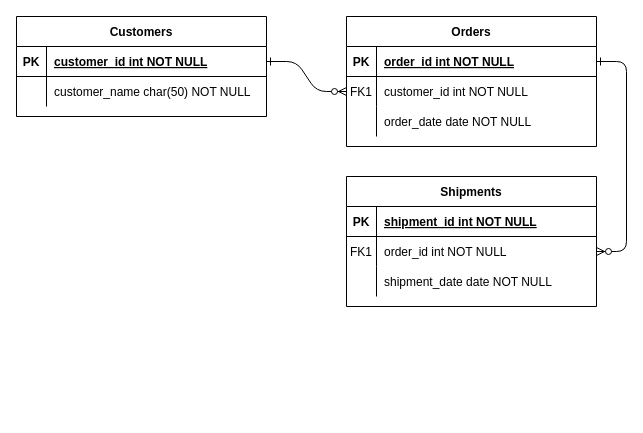
Before: db-relation-diagram.drawio in forgeutah/tweet_automated_bot, a draw.io diagram. Source tidied: cells renumbered, new cells numbered last; positions are measured from the earlier drawing's top-left corner, leaving out a move shared by most shapes. Both pictures are drawn from the tidied source at 100%, with x=0, y=0 at pixel (16, 16).
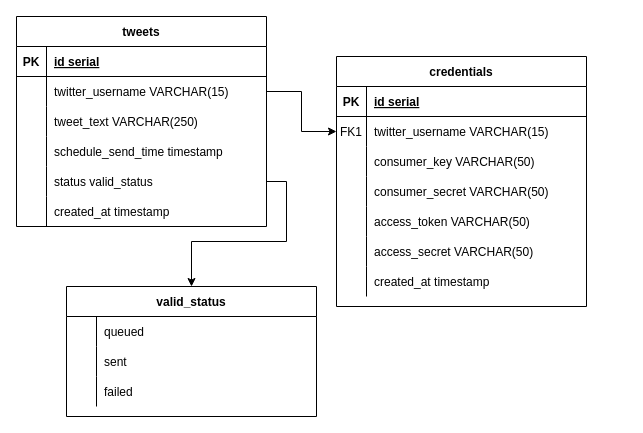
The same page after the edit.

The change refers to these unchanged cells:
```xml
<mxCell id="5" style="shape=partialRectangle;fillColor=none;points=[[0,0.5],[1,0.5]];portConstraint=eastwest;top=0;left=0;right=0;bottom=1;" parent="4" vertex="1">
  <mxGeometry y="30" width="250" height="30" as="geometry" />
</mxCell>
<mxCell id="8" style="shape=partialRectangle;fillColor=none;points=[[0,0.5],[1,0.5]];portConstraint=eastwest;top=0;left=0;right=0;bottom=0;" parent="4" vertex="1">
  <mxGeometry y="60" width="250" height="30" as="geometry" />
</mxCell>
<mxCell id="11" style="shape=partialRectangle;fillColor=none;top=0;left=0;right=0;bottom=0;" parent="4" vertex="1">
  <mxGeometry y="90" width="250" height="30" as="geometry" />
</mxCell>
<mxCell id="25" style="shape=partialRectangle;fillColor=none;points=[[0,0.5],[1,0.5]];portConstraint=eastwest;top=0;left=0;right=0;bottom=1;" parent="24" vertex="1">
  <mxGeometry y="30" width="250" height="30" as="geometry" />
</mxCell>
<mxCell id="28" style="shape=partialRectangle;fillColor=none;points=[[0,0.5],[1,0.5]];portConstraint=eastwest;top=0;left=0;right=0;bottom=0;" parent="24" vertex="1">
  <mxGeometry y="60" width="250" height="30" as="geometry" />
</mxCell>
```

Change to the diagram source:
```diff
@@
-    <mxCell id="2" style="edgeStyle=entityRelationEdgeStyle;endArrow=ERzeroToMany;startArrow=ERone;endFill=1;startFill=0;" parent="1" edge="1" source="25" target="8">
-      <mxGeometry relative="1" as="geometry" />
-    </mxCell>
-    <mxCell id="3" style="edgeStyle=entityRelationEdgeStyle;endArrow=ERzeroToMany;startArrow=ERone;endFill=1;startFill=0;" parent="1" edge="1" source="5" target="18">
-      <mxGeometry relative="1" as="geometry" />
-    </mxCell>
-    <mxCell id="4" value="Orders" style="shape=table;startSize=30;childLayout=tableLayout;rowLines=0;fontStyle=1;align=center;" parent="1" vertex="1">
-      <mxGeometry x="330" width="250" height="130" as="geometry" />
+    <mxCell id="4" value="credentials" style="shape=table;startSize=30;childLayout=tableLayout;rowLines=0;fontStyle=1;align=center;" parent="1" vertex="1">
+      <mxGeometry x="320" y="40" width="250" height="250" as="geometry" />
     </mxCell>
@@
-    <mxCell id="7" value="order_id int NOT NULL " style="shape=partialRectangle;overflow=hidden;fillColor=none;top=0;left=0;bottom=0;right=0;align=left;spacingLeft=6;fontStyle=5;" parent="5" vertex="1">
+    <mxCell id="7" value="id serial" style="shape=partialRectangle;overflow=hidden;fillColor=none;top=0;left=0;bottom=0;right=0;align=left;spacingLeft=6;fontStyle=5;" parent="5" vertex="1">
       <mxGeometry x="30" width="220" height="30" as="geometry" />
     </mxCell>
@@
-    <mxCell id="10" value="customer_id int NOT NULL" style="shape=partialRectangle;overflow=hidden;fillColor=none;top=0;left=0;bottom=0;right=0;align=left;spacingLeft=6;" parent="8" vertex="1">
+    <mxCell id="10" value="twitter_username VARCHAR(15)" style="shape=partialRectangle;overflow=hidden;fillColor=none;top=0;left=0;bottom=0;right=0;align=left;spacingLeft=6;" parent="8" vertex="1">
       <mxGeometry x="30" width="220" height="30" as="geometry" />
     </mxCell>
@@
-    <mxCell id="13" value="order_date date NOT NULL" style="shape=partialRectangle;overflow=hidden;fillColor=none;top=0;left=0;bottom=0;right=0;align=left;spacingLeft=6;" parent="11" vertex="1">
+    <mxCell id="13" value="consumer_key VARCHAR(50)" style="shape=partialRectangle;overflow=hidden;fillColor=none;top=0;left=0;bottom=0;right=0;align=left;spacingLeft=6;" parent="11" vertex="1">
       <mxGeometry x="30" width="220" height="30" as="geometry" />
     </mxCell>
+    <mxCell id="31" style="shape=partialRectangle;fillColor=none;top=0;left=0;right=0;bottom=0;" parent="4" vertex="1">
+      <mxGeometry y="120" width="250" height="30" as="geometry" />
+    </mxCell>
+    <mxCell id="32" style="shape=partialRectangle;overflow=hidden;fillColor=none;top=0;left=0;bottom=0;right=0;" parent="31" vertex="1">
+      <mxGeometry width="30" height="30" as="geometry" />
+    </mxCell>
+    <mxCell id="33" value="consumer_secret VARCHAR(50)" style="shape=partialRectangle;overflow=hidden;fillColor=none;top=0;left=0;bottom=0;right=0;align=left;spacingLeft=6;" parent="31" vertex="1">
+      <mxGeometry x="30" width="220" height="30" as="geometry" />
+    </mxCell>
+    <mxCell id="34" style="shape=partialRectangle;fillColor=none;top=0;left=0;right=0;bottom=0;" parent="4" vertex="1">
+      <mxGeometry y="150" width="250" height="30" as="geometry" />
+    </mxCell>
+    <mxCell id="35" style="shape=partialRectangle;overflow=hidden;fillColor=none;top=0;left=0;bottom=0;right=0;" parent="34" vertex="1">
+      <mxGeometry width="30" height="30" as="geometry" />
+    </mxCell>
+    <mxCell id="36" value="access_token VARCHAR(50)" style="shape=partialRectangle;overflow=hidden;fillColor=none;top=0;left=0;bottom=0;right=0;align=left;spacingLeft=6;" parent="34" vertex="1">
+      <mxGeometry x="30" width="220" height="30" as="geometry" />
+    </mxCell>
+    <mxCell id="37" style="shape=partialRectangle;fillColor=none;top=0;left=0;right=0;bottom=0;" parent="4" vertex="1">
+      <mxGeometry y="180" width="250" height="30" as="geometry" />
+    </mxCell>
+    <mxCell id="38" style="shape=partialRectangle;overflow=hidden;fillColor=none;top=0;left=0;bottom=0;right=0;" parent="37" vertex="1">
+      <mxGeometry width="30" height="30" as="geometry" />
+    </mxCell>
+    <mxCell id="39" value="access_secret VARCHAR(50)" style="shape=partialRectangle;overflow=hidden;fillColor=none;top=0;left=0;bottom=0;right=0;align=left;spacingLeft=6;" parent="37" vertex="1">
+      <mxGeometry x="30" width="220" height="30" as="geometry" />
+    </mxCell>
+    <mxCell id="40" style="shape=partialRectangle;fillColor=none;top=0;left=0;right=0;bottom=0;" parent="4" vertex="1">
+      <mxGeometry y="210" width="250" height="30" as="geometry" />
+    </mxCell>
+    <mxCell id="41" style="shape=partialRectangle;overflow=hidden;fillColor=none;top=0;left=0;bottom=0;right=0;" parent="40" vertex="1">
+      <mxGeometry width="30" height="30" as="geometry" />
+    </mxCell>
+    <mxCell id="42" value="created_at timestamp" style="shape=partialRectangle;overflow=hidden;fillColor=none;top=0;left=0;bottom=0;right=0;align=left;spacingLeft=6;" parent="40" vertex="1">
+      <mxGeometry x="30" width="220" height="30" as="geometry" />
+    </mxCell>
-    <mxCell id="14" value="Shipments" style="shape=table;startSize=30;childLayout=tableLayout;rowLines=0;fontStyle=1;align=center;" parent="1" vertex="1">
-      <mxGeometry x="330" y="160" width="250" height="130" as="geometry" />
+    <mxCell id="14" value="valid_status" style="shape=table;startSize=30;childLayout=tableLayout;rowLines=0;fontStyle=1;align=center;" parent="1" vertex="1">
+      <mxGeometry x="50" y="270" width="250" height="130" as="geometry" />
     </mxCell>
-    <mxCell id="15" style="shape=partialRectangle;fillColor=none;top=0;left=0;right=0;bottom=1;" parent="14" vertex="1">
-      <mxGeometry y="30" width="250" height="30" as="geometry" />
-    </mxCell>
-    <mxCell id="16" value="PK" style="shape=partialRectangle;overflow=hidden;fillColor=none;top=0;left=0;bottom=0;right=0;fontStyle=1;" parent="15" vertex="1">
-      <mxGeometry width="30" height="30" as="geometry" />
-    </mxCell>
-    <mxCell id="17" value="shipment_id int NOT NULL " style="shape=partialRectangle;overflow=hidden;fillColor=none;top=0;left=0;bottom=0;right=0;align=left;spacingLeft=6;fontStyle=5;" parent="15" vertex="1">
-      <mxGeometry x="30" width="220" height="30" as="geometry" />
-    </mxCell>
     <mxCell id="18" style="shape=partialRectangle;fillColor=none;points=[[0,0.5],[1,0.5]];portConstraint=eastwest;top=0;left=0;right=0;bottom=0;" parent="14" vertex="1">
-      <mxGeometry y="60" width="250" height="30" as="geometry" />
+      <mxGeometry y="30" width="250" height="30" as="geometry" />
     </mxCell>
-    <mxCell id="19" value="FK1" style="shape=partialRectangle;overflow=hidden;fillColor=none;top=0;left=0;bottom=0;right=0;" parent="18" vertex="1">
+    <mxCell id="19" style="shape=partialRectangle;overflow=hidden;fillColor=none;top=0;left=0;bottom=0;right=0;" parent="18" vertex="1">
       <mxGeometry width="30" height="30" as="geometry" />
     </mxCell>
-    <mxCell id="20" value="order_id int NOT NULL" style="shape=partialRectangle;overflow=hidden;fillColor=none;top=0;left=0;bottom=0;right=0;align=left;spacingLeft=6;" parent="18" vertex="1">
+    <mxCell id="20" value="queued" style="shape=partialRectangle;overflow=hidden;fillColor=none;top=0;left=0;bottom=0;right=0;align=left;spacingLeft=6;" parent="18" vertex="1">
       <mxGeometry x="30" width="220" height="30" as="geometry" />
     </mxCell>
     <mxCell id="21" style="shape=partialRectangle;fillColor=none;top=0;left=0;right=0;bottom=0;" parent="14" vertex="1">
-      <mxGeometry y="90" width="250" height="30" as="geometry" />
+      <mxGeometry y="60" width="250" height="30" as="geometry" />
     </mxCell>
@@
-    <mxCell id="23" value="shipment_date date NOT NULL" style="shape=partialRectangle;overflow=hidden;fillColor=none;top=0;left=0;bottom=0;right=0;align=left;spacingLeft=6;" parent="21" vertex="1">
+    <mxCell id="23" value="sent" style="shape=partialRectangle;overflow=hidden;fillColor=none;top=0;left=0;bottom=0;right=0;align=left;spacingLeft=6;" parent="21" vertex="1">
       <mxGeometry x="30" width="220" height="30" as="geometry" />
     </mxCell>
+    <mxCell id="43" style="shape=partialRectangle;fillColor=none;top=0;left=0;right=0;bottom=0;" parent="14" vertex="1">
+      <mxGeometry y="90" width="250" height="30" as="geometry" />
+    </mxCell>
+    <mxCell id="44" style="shape=partialRectangle;overflow=hidden;fillColor=none;top=0;left=0;bottom=0;right=0;" parent="43" vertex="1">
+      <mxGeometry width="30" height="30" as="geometry" />
+    </mxCell>
+    <mxCell id="45" value="failed" style="shape=partialRectangle;overflow=hidden;fillColor=none;top=0;left=0;bottom=0;right=0;align=left;spacingLeft=6;" parent="43" vertex="1">
+      <mxGeometry x="30" width="220" height="30" as="geometry" />
+    </mxCell>
-    <mxCell id="24" value="Customers" style="shape=table;startSize=30;childLayout=tableLayout;rowLines=0;fontStyle=1;align=center;" parent="1" vertex="1">
-      <mxGeometry width="250" height="100" as="geometry" />
+    <mxCell id="24" value="tweets" style="shape=table;startSize=30;childLayout=tableLayout;rowLines=0;fontStyle=1;align=center;" parent="1" vertex="1">
+      <mxGeometry width="250" height="210" as="geometry" />
     </mxCell>
@@
-    <mxCell id="27" value="customer_id int NOT NULL " style="shape=partialRectangle;overflow=hidden;fillColor=none;top=0;left=0;bottom=0;right=0;align=left;spacingLeft=6;fontStyle=5;" parent="25" vertex="1">
+    <mxCell id="27" value="id serial" style="shape=partialRectangle;overflow=hidden;fillColor=none;top=0;left=0;bottom=0;right=0;align=left;spacingLeft=6;fontStyle=5;" parent="25" vertex="1">
       <mxGeometry x="30" width="220" height="30" as="geometry" />
     </mxCell>
@@
-    <mxCell id="30" value="customer_name char(50) NOT NULL" style="shape=partialRectangle;overflow=hidden;fillColor=none;top=0;left=0;bottom=0;right=0;align=left;spacingLeft=6;" parent="28" vertex="1">
+    <mxCell id="30" value="twitter_username VARCHAR(15)" style="shape=partialRectangle;overflow=hidden;fillColor=none;top=0;left=0;bottom=0;right=0;align=left;spacingLeft=6;" parent="28" vertex="1">
       <mxGeometry x="30" width="220" height="30" as="geometry" />
     </mxCell>
+    <mxCell id="46" style="shape=partialRectangle;fillColor=none;top=0;left=0;right=0;bottom=0;" parent="24" vertex="1">
+      <mxGeometry y="90" width="250" height="30" as="geometry" />
+    </mxCell>
+    <mxCell id="47" style="shape=partialRectangle;overflow=hidden;fillColor=none;top=0;left=0;bottom=0;right=0;" parent="46" vertex="1">
+      <mxGeometry width="30" height="30" as="geometry" />
+    </mxCell>
+    <mxCell id="48" value="tweet_text VARCHAR(250)" style="shape=partialRectangle;overflow=hidden;fillColor=none;top=0;left=0;bottom=0;right=0;align=left;spacingLeft=6;perimeterSpacing=1;" parent="46" vertex="1">
+      <mxGeometry x="30" width="220" height="30" as="geometry" />
+    </mxCell>
+    <mxCell id="49" style="shape=partialRectangle;fillColor=none;top=0;left=0;right=0;bottom=0;" parent="24" vertex="1">
+      <mxGeometry y="120" width="250" height="30" as="geometry" />
+    </mxCell>
+    <mxCell id="50" style="shape=partialRectangle;overflow=hidden;fillColor=none;top=0;left=0;bottom=0;right=0;" parent="49" vertex="1">
+      <mxGeometry width="30" height="30" as="geometry" />
+    </mxCell>
+    <mxCell id="51" value="schedule_send_time timestamp" style="shape=partialRectangle;overflow=hidden;fillColor=none;top=0;left=0;bottom=0;right=0;align=left;spacingLeft=6;perimeterSpacing=1;" parent="49" vertex="1">
+      <mxGeometry x="30" width="220" height="30" as="geometry" />
+    </mxCell>
+    <mxCell id="52" style="shape=partialRectangle;fillColor=none;points=[[0,0.5],[1,0.5]];portConstraint=eastwest;top=0;left=0;right=0;bottom=0;" parent="24" vertex="1">
+      <mxGeometry y="150" width="250" height="30" as="geometry" />
+    </mxCell>
+    <mxCell id="53" style="shape=partialRectangle;overflow=hidden;fillColor=none;top=0;left=0;bottom=0;right=0;" parent="52" vertex="1">
+      <mxGeometry width="30" height="30" as="geometry" />
+    </mxCell>
+    <mxCell id="54" value="status valid_status" style="shape=partialRectangle;overflow=hidden;fillColor=none;top=0;left=0;bottom=0;right=0;align=left;spacingLeft=6;perimeterSpacing=1;" parent="52" vertex="1">
+      <mxGeometry x="30" width="220" height="30" as="geometry" />
+    </mxCell>
+    <mxCell id="55" style="shape=partialRectangle;fillColor=none;top=0;left=0;right=0;bottom=0;" parent="24" vertex="1">
+      <mxGeometry y="180" width="250" height="30" as="geometry" />
+    </mxCell>
+    <mxCell id="56" style="shape=partialRectangle;overflow=hidden;fillColor=none;top=0;left=0;bottom=0;right=0;" parent="55" vertex="1">
+      <mxGeometry width="30" height="30" as="geometry" />
+    </mxCell>
+    <mxCell id="57" value="created_at timestamp" style="shape=partialRectangle;overflow=hidden;fillColor=none;top=0;left=0;bottom=0;right=0;align=left;spacingLeft=6;perimeterSpacing=1;" parent="55" vertex="1">
+      <mxGeometry x="30" width="220" height="30" as="geometry" />
+    </mxCell>
+    <mxCell id="58" style="edgeStyle=orthogonalEdgeStyle;rounded=0;jettySize=auto;html=1;exitX=1;exitY=0.5;exitDx=0;exitDy=0;" parent="1" edge="1" source="52" target="14">
+      <mxGeometry relative="1" as="geometry" />
+    </mxCell>
+    <mxCell id="59" style="edgeStyle=orthogonalEdgeStyle;rounded=0;jettySize=auto;html=1;exitX=1;exitY=0.5;exitDx=0;exitDy=0;" parent="1" edge="1" source="28" target="8">
+      <mxGeometry relative="1" as="geometry" />
+    </mxCell>
```
